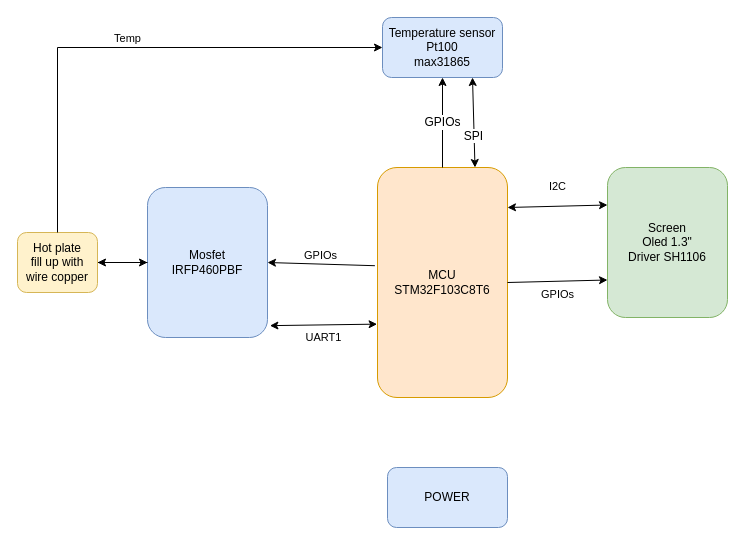
Above: Hot_plate.drawio in Kyuubi0323/Diagram (draw.io), before the change. Source tidied: cells renumbered, new cells numbered last; positions are measured from the earlier drawing's top-left corner, leaving out a move shared by most shapes. Both pictures are drawn from the tidied source at 100%, with x=0, y=0 at pixel (17, 17).
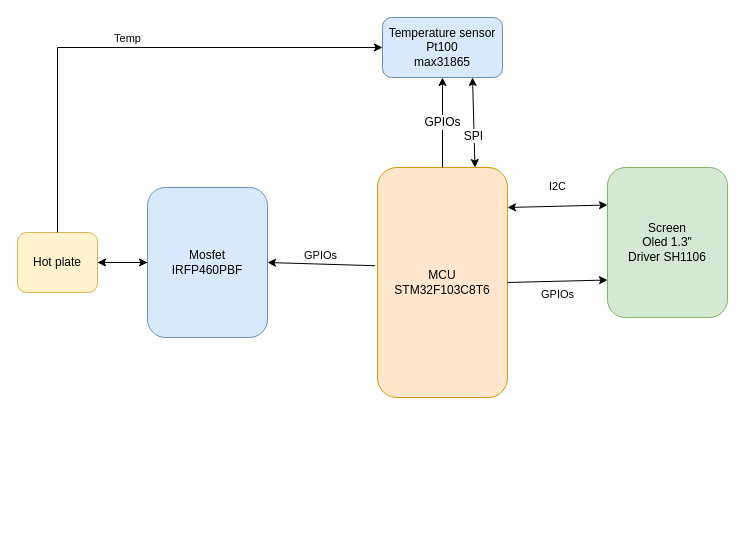
The same diagram, later.

The edit, as a diff of the source:
```diff
@@
 <mxGraphModel>
   <root>
     <mxCell id="0" />
     <mxCell id="1" parent="0" />
     <mxCell id="2" value="MCU&lt;br&gt;STM32F103C8T6" style="rounded=1;whiteSpace=wrap;html=1;fillColor=#ffe6cc;strokeColor=#d79b00;" parent="1" vertex="1">
       <mxGeometry x="360" y="150" width="130" height="230" as="geometry" />
     </mxCell>
     <mxCell id="3" value="Temperature sensor&lt;br&gt;Pt100&lt;br&gt;max31865" style="rounded=1;whiteSpace=wrap;html=1;fillColor=#dae8fc;strokeColor=#6c8ebf;" parent="1" vertex="1">
       <mxGeometry x="365" width="120" height="60" as="geometry" />
     </mxCell>
     <mxCell id="4" value="Mosfet&lt;br&gt;IRFP460PBF" style="rounded=1;whiteSpace=wrap;html=1;fillColor=#dae8fc;strokeColor=#6c8ebf;" parent="1" vertex="1">
       <mxGeometry x="130" y="170" width="120" height="150" as="geometry" />
     </mxCell>
     <mxCell id="5" value="Screen&lt;br&gt;Oled 1.3&quot;&lt;br&gt;Driver SH1106" style="rounded=1;whiteSpace=wrap;html=1;fillColor=#d5e8d4;strokeColor=#82b366;" parent="1" vertex="1">
       <mxGeometry x="590" y="150" width="120" height="150" as="geometry" />
     </mxCell>
     <mxCell id="6" value="&lt;p style=&quot;line-height: 120%;&quot;&gt;I2C&lt;/p&gt;" style="endArrow=classic;startArrow=classic;html=1;rounded=0;entryX=0;entryY=0.25;entryDx=0;entryDy=0;verticalAlign=bottom;" parent="1" edge="1" target="5">
       <mxGeometry relative="1" as="geometry">
         <mxPoint x="490" y="190" as="sourcePoint" />
       </mxGeometry>
     </mxCell>
     <mxCell id="7" value="GPIOs" style="endArrow=classic;html=1;rounded=0;entryX=0;entryY=0.75;entryDx=0;entryDy=0;exitX=1;exitY=0.5;exitDx=0;exitDy=0;verticalAlign=top;" parent="1" edge="1" source="2" target="5">
       <mxGeometry relative="1" as="geometry" />
     </mxCell>
     <mxCell id="8" style="edgeStyle=orthogonalEdgeStyle;rounded=0;jettySize=auto;html=1;fontSize=12;" parent="1" edge="1" source="9" target="4">
       <mxGeometry relative="1" as="geometry" />
     </mxCell>
-    <mxCell id="9" value="Hot plate&lt;br&gt;fill up with wire copper" style="rounded=1;whiteSpace=wrap;html=1;fillColor=#fff2cc;strokeColor=#d6b656;" parent="1" vertex="1">
+    <mxCell id="9" value="Hot plate" style="rounded=1;whiteSpace=wrap;html=1;fillColor=#fff2cc;strokeColor=#d6b656;" parent="1" vertex="1">
       <mxGeometry y="215" width="80" height="60" as="geometry" />
     </mxCell>
     <mxCell id="10" style="endArrow=classic;html=1;rounded=0;entryX=1;entryY=0.5;entryDx=0;entryDy=0;exitX=0;exitY=0.5;exitDx=0;exitDy=0;" parent="1" edge="1" source="4" target="9">
       <mxGeometry relative="1" as="geometry" />
     </mxCell>
     <mxCell id="11" value="GPIOs" style="endArrow=classic;html=1;rounded=0;entryX=1;entryY=0.5;entryDx=0;entryDy=0;exitX=-0.02;exitY=0.427;exitDx=0;exitDy=0;verticalAlign=bottom;exitPerimeter=0;" parent="1" edge="1" source="2" target="4">
       <mxGeometry relative="1" as="geometry" />
     </mxCell>
     <mxCell id="12" value="Temp" style="endArrow=classic;html=1;rounded=0;exitX=0.5;exitY=0;exitDx=0;exitDy=0;entryX=0;entryY=0.5;entryDx=0;entryDy=0;verticalAlign=bottom;" parent="1" edge="1" source="9" target="3">
       <mxGeometry relative="1" as="geometry">
         <Array as="points">
           <mxPoint x="40" y="30" />
         </Array>
       </mxGeometry>
     </mxCell>
-    <mxCell id="13" value="UART1" style="endArrow=classic;startArrow=classic;html=1;rounded=0;entryX=-0.003;entryY=0.681;entryDx=0;entryDy=0;entryPerimeter=0;exitX=1.02;exitY=0.921;exitDx=0;exitDy=0;exitPerimeter=0;verticalAlign=top;" parent="1" edge="1" source="4" target="2">
-      <mxGeometry relative="1" as="geometry" />
-    </mxCell>
     <mxCell id="14" value="SPI" style="endArrow=classic;startArrow=classic;html=1;rounded=0;fontSize=12;entryX=0.75;entryY=1;entryDx=0;entryDy=0;exitX=0.75;exitY=0;exitDx=0;exitDy=0;verticalAlign=top;" parent="1" edge="1" source="2" target="3">
       <mxGeometry relative="1" as="geometry" />
     </mxCell>
     <mxCell id="15" value="GPIOs" style="endArrow=classic;html=1;rounded=0;fontSize=12;entryX=0.5;entryY=1;entryDx=0;entryDy=0;exitX=0.5;exitY=0;exitDx=0;exitDy=0;" parent="1" edge="1" source="2" target="3">
       <mxGeometry relative="1" as="geometry" />
     </mxCell>
-    <mxCell id="16" value="POWER" style="rounded=1;whiteSpace=wrap;html=1;fontSize=12;fillColor=#dae8fc;strokeColor=#6c8ebf;" parent="1" vertex="1">
-      <mxGeometry x="370" y="450" width="120" height="60" as="geometry" />
-    </mxCell>
   </root>
 </mxGraphModel>
```
